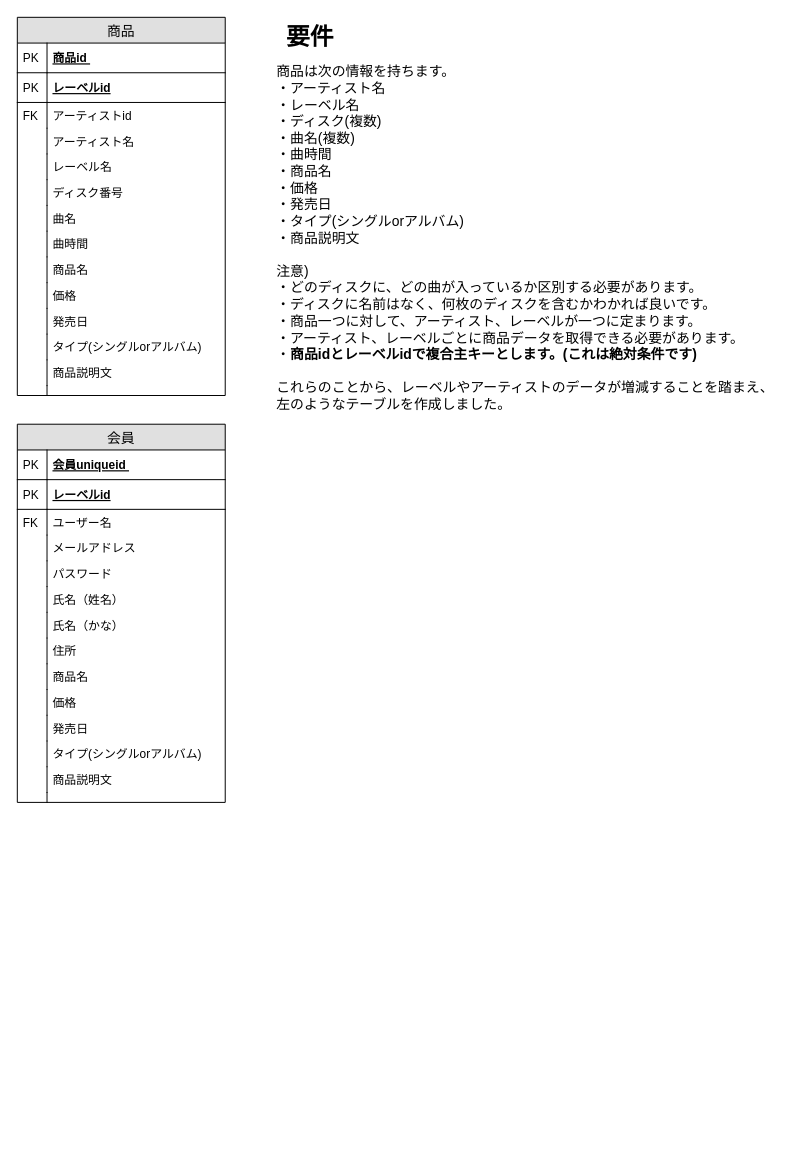
Before: page "データ要件_非正規形" (1 of 4) of ER図.drawio in tibisaki67/ECsite, a draw.io diagram. Source tidied: cells renumbered, new cells numbered last; positions are measured from the earlier drawing's top-left corner, leaving out a move shared by most shapes. Both pictures are drawn from the tidied source at 99%, with x=0, y=0 at pixel (17, 17).
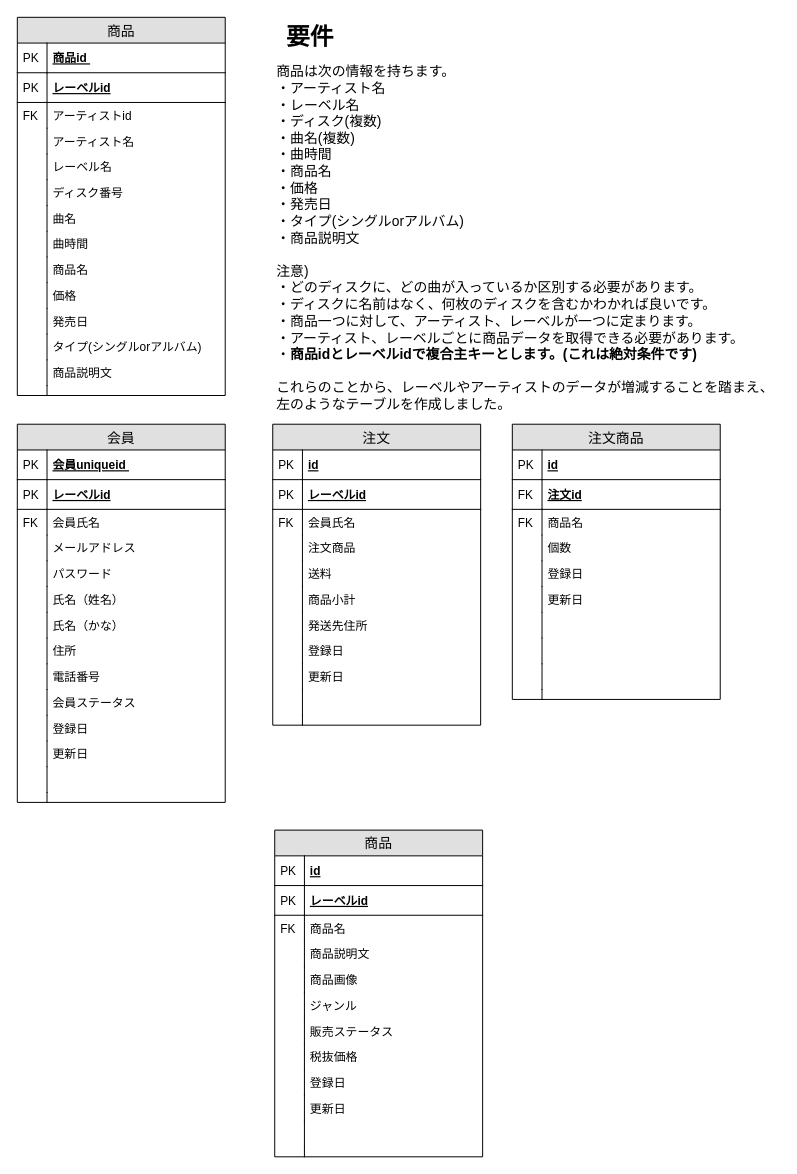
Above is the later version.

Unchanged cells that the change refers to:
```xml
<mxCell id="34" value="会員" style="swimlane;fontStyle=0;horizontal=1;startSize=26;fillColor=#e0e0e0;swimlaneFillColor=#ffffff;align=center;fontSize=14;" parent="1" vertex="1">
  <mxGeometry y="411" width="210" height="382" as="geometry" />
</mxCell>
```

What changed in the source:
```diff
@@
-    <mxCell id="39" value="ユーザー名" style="shape=partialRectangle;top=0;left=0;right=0;bottom=0;align=left;verticalAlign=top;fillColor=none;spacingLeft=34;spacingRight=4;overflow=hidden;fontSize=12;" parent="34" vertex="1">
+    <mxCell id="39" value="会員氏名" style="shape=partialRectangle;top=0;left=0;right=0;bottom=0;align=left;verticalAlign=top;fillColor=none;spacingLeft=34;spacingRight=4;overflow=hidden;fontSize=12;" parent="34" vertex="1">
       <mxGeometry y="86" width="210" height="26" as="geometry" />
     </mxCell>
@@
-    <mxCell id="51" value="商品名" style="shape=partialRectangle;top=0;left=0;right=0;bottom=0;align=left;verticalAlign=top;fillColor=none;spacingLeft=34;spacingRight=4;overflow=hidden;fontSize=12;" parent="34" vertex="1">
+    <mxCell id="51" value="電話番号" style="shape=partialRectangle;top=0;left=0;right=0;bottom=0;align=left;verticalAlign=top;fillColor=none;spacingLeft=34;spacingRight=4;overflow=hidden;fontSize=12;" parent="34" vertex="1">
       <mxGeometry y="242" width="210" height="26" as="geometry" />
     </mxCell>
@@
+    <mxCell id="59" value="会員ステータス" style="shape=partialRectangle;top=0;left=0;right=0;bottom=0;align=left;verticalAlign=top;fillColor=none;spacingLeft=34;spacingRight=4;overflow=hidden;fontSize=12;" parent="34" vertex="1">
+      <mxGeometry y="268" width="210" height="26" as="geometry" />
+    </mxCell>
+    <mxCell id="60" style="shape=partialRectangle;top=0;left=0;bottom=0;fillColor=none;align=left;verticalAlign=top;spacingLeft=4;spacingRight=4;overflow=hidden;fontSize=12;" parent="59" vertex="1">
+      <mxGeometry width="30" height="26" as="geometry" />
+    </mxCell>
-    <mxCell id="53" value="価格" style="shape=partialRectangle;top=0;left=0;right=0;bottom=0;align=left;verticalAlign=top;fillColor=none;spacingLeft=34;spacingRight=4;overflow=hidden;fontSize=12;" parent="34" vertex="1">
-      <mxGeometry y="268" width="210" height="26" as="geometry" />
+    <mxCell id="53" value="登録日" style="shape=partialRectangle;top=0;left=0;right=0;bottom=0;align=left;verticalAlign=top;fillColor=none;spacingLeft=34;spacingRight=4;overflow=hidden;fontSize=12;" parent="34" vertex="1">
+      <mxGeometry y="294" width="210" height="26" as="geometry" />
     </mxCell>
@@
-    <mxCell id="55" value="発売日" style="shape=partialRectangle;top=0;left=0;right=0;bottom=0;align=left;verticalAlign=top;fillColor=none;spacingLeft=34;spacingRight=4;overflow=hidden;fontSize=12;" parent="34" vertex="1">
-      <mxGeometry y="294" width="210" height="26" as="geometry" />
+    <mxCell id="55" value="更新日" style="shape=partialRectangle;top=0;left=0;right=0;bottom=0;align=left;verticalAlign=top;fillColor=none;spacingLeft=34;spacingRight=4;overflow=hidden;fontSize=12;" parent="34" vertex="1">
+      <mxGeometry y="320" width="210" height="26" as="geometry" />
     </mxCell>
@@
-    <mxCell id="57" value="タイプ(シングルorアルバム)" style="shape=partialRectangle;top=0;left=0;right=0;bottom=0;align=left;verticalAlign=top;fillColor=none;spacingLeft=34;spacingRight=4;overflow=hidden;fontSize=12;" parent="34" vertex="1">
-      <mxGeometry y="320" width="210" height="26" as="geometry" />
+    <mxCell id="57" style="shape=partialRectangle;top=0;left=0;right=0;bottom=0;align=left;verticalAlign=top;fillColor=none;spacingLeft=34;spacingRight=4;overflow=hidden;fontSize=12;" parent="34" vertex="1">
+      <mxGeometry y="346" width="210" height="26" as="geometry" />
     </mxCell>
@@
-    <mxCell id="59" value="商品説明文" style="shape=partialRectangle;top=0;left=0;right=0;bottom=0;align=left;verticalAlign=top;fillColor=none;spacingLeft=34;spacingRight=4;overflow=hidden;fontSize=12;" parent="34" vertex="1">
-      <mxGeometry y="346" width="210" height="26" as="geometry" />
-    </mxCell>
-    <mxCell id="60" style="shape=partialRectangle;top=0;left=0;bottom=0;fillColor=none;align=left;verticalAlign=top;spacingLeft=4;spacingRight=4;overflow=hidden;fontSize=12;" parent="59" vertex="1">
-      <mxGeometry width="30" height="26" as="geometry" />
-    </mxCell>
@@
+    <mxCell id="63" value="注文" style="swimlane;fontStyle=0;horizontal=1;startSize=26;fillColor=#e0e0e0;swimlaneFillColor=#ffffff;align=center;fontSize=14;" parent="1" vertex="1">
+      <mxGeometry x="258" y="411" width="210" height="304" as="geometry" />
+    </mxCell>
+    <mxCell id="64" value="id" style="shape=partialRectangle;top=0;left=0;right=0;bottom=1;align=left;verticalAlign=middle;fillColor=none;spacingLeft=34;spacingRight=4;overflow=hidden;fontStyle=5;fontSize=12;" parent="63" vertex="1">
+      <mxGeometry y="26" width="210" height="30" as="geometry" />
+    </mxCell>
+    <mxCell id="65" value="PK" style="shape=partialRectangle;top=0;left=0;bottom=0;fillColor=none;align=left;verticalAlign=middle;spacingLeft=4;spacingRight=4;overflow=hidden;fontSize=12;" parent="64" vertex="1">
+      <mxGeometry width="30" height="30" as="geometry" />
+    </mxCell>
+    <mxCell id="66" value="レーベルid" style="shape=partialRectangle;top=0;left=0;right=0;bottom=1;align=left;verticalAlign=middle;fillColor=none;spacingLeft=34;spacingRight=4;overflow=hidden;fontStyle=5;fontSize=12;" parent="63" vertex="1">
+      <mxGeometry y="56" width="210" height="30" as="geometry" />
+    </mxCell>
+    <mxCell id="67" value="PK" style="shape=partialRectangle;top=0;left=0;bottom=0;fillColor=none;align=left;verticalAlign=middle;spacingLeft=4;spacingRight=4;overflow=hidden;fontSize=12;" parent="66" vertex="1">
+      <mxGeometry width="30" height="30" as="geometry" />
+    </mxCell>
+    <mxCell id="68" value="会員氏名" style="shape=partialRectangle;top=0;left=0;right=0;bottom=0;align=left;verticalAlign=top;fillColor=none;spacingLeft=34;spacingRight=4;overflow=hidden;fontSize=12;" parent="63" vertex="1">
+      <mxGeometry y="86" width="210" height="26" as="geometry" />
+    </mxCell>
+    <mxCell id="69" value="FK" style="shape=partialRectangle;top=0;left=0;bottom=0;fillColor=none;align=left;verticalAlign=top;spacingLeft=4;spacingRight=4;overflow=hidden;fontSize=12;" parent="68" vertex="1">
+      <mxGeometry width="30" height="26" as="geometry" />
+    </mxCell>
+    <mxCell id="70" value="注文商品" style="shape=partialRectangle;top=0;left=0;right=0;bottom=0;align=left;verticalAlign=top;fillColor=none;spacingLeft=34;spacingRight=4;overflow=hidden;fontSize=12;" parent="63" vertex="1">
+      <mxGeometry y="112" width="210" height="26" as="geometry" />
+    </mxCell>
+    <mxCell id="71" style="shape=partialRectangle;top=0;left=0;bottom=0;fillColor=none;align=left;verticalAlign=top;spacingLeft=4;spacingRight=4;overflow=hidden;fontSize=12;" parent="70" vertex="1">
+      <mxGeometry width="30" height="26" as="geometry" />
+    </mxCell>
+    <mxCell id="72" value="送料" style="shape=partialRectangle;top=0;left=0;right=0;bottom=0;align=left;verticalAlign=top;fillColor=none;spacingLeft=34;spacingRight=4;overflow=hidden;fontSize=12;" parent="63" vertex="1">
+      <mxGeometry y="138" width="210" height="26" as="geometry" />
+    </mxCell>
+    <mxCell id="73" style="shape=partialRectangle;top=0;left=0;bottom=0;fillColor=none;align=left;verticalAlign=top;spacingLeft=4;spacingRight=4;overflow=hidden;fontSize=12;" parent="72" vertex="1">
+      <mxGeometry width="30" height="26" as="geometry" />
+    </mxCell>
+    <mxCell id="74" value="商品小計" style="shape=partialRectangle;top=0;left=0;right=0;bottom=0;align=left;verticalAlign=top;fillColor=none;spacingLeft=34;spacingRight=4;overflow=hidden;fontSize=12;" parent="63" vertex="1">
+      <mxGeometry y="164" width="210" height="26" as="geometry" />
+    </mxCell>
+    <mxCell id="75" style="shape=partialRectangle;top=0;left=0;bottom=0;fillColor=none;align=left;verticalAlign=top;spacingLeft=4;spacingRight=4;overflow=hidden;fontSize=12;" parent="74" vertex="1">
+      <mxGeometry width="30" height="26" as="geometry" />
+    </mxCell>
+    <mxCell id="76" value="発送先住所" style="shape=partialRectangle;top=0;left=0;right=0;bottom=0;align=left;verticalAlign=top;fillColor=none;spacingLeft=34;spacingRight=4;overflow=hidden;fontSize=12;" parent="63" vertex="1">
+      <mxGeometry y="190" width="210" height="26" as="geometry" />
+    </mxCell>
+    <mxCell id="77" style="shape=partialRectangle;top=0;left=0;bottom=0;fillColor=none;align=left;verticalAlign=top;spacingLeft=4;spacingRight=4;overflow=hidden;fontSize=12;" parent="76" vertex="1">
+      <mxGeometry width="30" height="26" as="geometry" />
+    </mxCell>
+    <mxCell id="78" value="登録日" style="shape=partialRectangle;top=0;left=0;right=0;bottom=0;align=left;verticalAlign=top;fillColor=none;spacingLeft=34;spacingRight=4;overflow=hidden;fontSize=12;" parent="63" vertex="1">
+      <mxGeometry y="216" width="210" height="26" as="geometry" />
+    </mxCell>
+    <mxCell id="79" style="shape=partialRectangle;top=0;left=0;bottom=0;fillColor=none;align=left;verticalAlign=top;spacingLeft=4;spacingRight=4;overflow=hidden;fontSize=12;" parent="78" vertex="1">
+      <mxGeometry width="30" height="26" as="geometry" />
+    </mxCell>
+    <mxCell id="80" value="更新日" style="shape=partialRectangle;top=0;left=0;right=0;bottom=0;align=left;verticalAlign=top;fillColor=none;spacingLeft=34;spacingRight=4;overflow=hidden;fontSize=12;" parent="63" vertex="1">
+      <mxGeometry y="242" width="210" height="26" as="geometry" />
+    </mxCell>
+    <mxCell id="81" style="shape=partialRectangle;top=0;left=0;bottom=0;fillColor=none;align=left;verticalAlign=top;spacingLeft=4;spacingRight=4;overflow=hidden;fontSize=12;" parent="80" vertex="1">
+      <mxGeometry width="30" height="26" as="geometry" />
+    </mxCell>
+    <mxCell id="82" style="shape=partialRectangle;top=0;left=0;right=0;bottom=0;align=left;verticalAlign=top;fillColor=none;spacingLeft=34;spacingRight=4;overflow=hidden;fontSize=12;" parent="63" vertex="1">
+      <mxGeometry y="268" width="210" height="26" as="geometry" />
+    </mxCell>
+    <mxCell id="83" style="shape=partialRectangle;top=0;left=0;bottom=0;fillColor=none;align=left;verticalAlign=top;spacingLeft=4;spacingRight=4;overflow=hidden;fontSize=12;" parent="82" vertex="1">
+      <mxGeometry width="30" height="26" as="geometry" />
+    </mxCell>
+    <mxCell id="84" style="shape=partialRectangle;top=0;left=0;right=0;bottom=0;align=left;verticalAlign=top;fillColor=none;spacingLeft=34;spacingRight=4;overflow=hidden;fontSize=12;" parent="63" vertex="1">
+      <mxGeometry y="294" width="210" height="10" as="geometry" />
+    </mxCell>
+    <mxCell id="85" style="shape=partialRectangle;top=0;left=0;bottom=0;fillColor=none;align=left;verticalAlign=top;spacingLeft=4;spacingRight=4;overflow=hidden;fontSize=12;" parent="84" vertex="1">
+      <mxGeometry width="30" height="10" as="geometry" />
+    </mxCell>
+    <mxCell id="86" value="注文商品" style="swimlane;fontStyle=0;horizontal=1;startSize=26;fillColor=#e0e0e0;swimlaneFillColor=#ffffff;align=center;fontSize=14;" parent="1" vertex="1">
+      <mxGeometry x="500" y="411" width="210" height="278" as="geometry" />
+    </mxCell>
+    <mxCell id="87" value="id" style="shape=partialRectangle;top=0;left=0;right=0;bottom=1;align=left;verticalAlign=middle;fillColor=none;spacingLeft=34;spacingRight=4;overflow=hidden;fontStyle=5;fontSize=12;" parent="86" vertex="1">
+      <mxGeometry y="26" width="210" height="30" as="geometry" />
+    </mxCell>
+    <mxCell id="88" value="PK" style="shape=partialRectangle;top=0;left=0;bottom=0;fillColor=none;align=left;verticalAlign=middle;spacingLeft=4;spacingRight=4;overflow=hidden;fontSize=12;" parent="87" vertex="1">
+      <mxGeometry width="30" height="30" as="geometry" />
+    </mxCell>
+    <mxCell id="89" value="注文id" style="shape=partialRectangle;top=0;left=0;right=0;bottom=1;align=left;verticalAlign=middle;fillColor=none;spacingLeft=34;spacingRight=4;overflow=hidden;fontStyle=5;fontSize=12;" parent="86" vertex="1">
+      <mxGeometry y="56" width="210" height="30" as="geometry" />
+    </mxCell>
+    <mxCell id="90" value="FK" style="shape=partialRectangle;top=0;left=0;bottom=0;fillColor=none;align=left;verticalAlign=middle;spacingLeft=4;spacingRight=4;overflow=hidden;fontSize=12;" parent="89" vertex="1">
+      <mxGeometry width="30" height="30" as="geometry" />
+    </mxCell>
+    <mxCell id="91" value="商品名" style="shape=partialRectangle;top=0;left=0;right=0;bottom=0;align=left;verticalAlign=top;fillColor=none;spacingLeft=34;spacingRight=4;overflow=hidden;fontSize=12;" parent="86" vertex="1">
+      <mxGeometry y="86" width="210" height="26" as="geometry" />
+    </mxCell>
+    <mxCell id="92" value="FK" style="shape=partialRectangle;top=0;left=0;bottom=0;fillColor=none;align=left;verticalAlign=top;spacingLeft=4;spacingRight=4;overflow=hidden;fontSize=12;" parent="91" vertex="1">
+      <mxGeometry width="30" height="26" as="geometry" />
+    </mxCell>
+    <mxCell id="93" value="個数" style="shape=partialRectangle;top=0;left=0;right=0;bottom=0;align=left;verticalAlign=top;fillColor=none;spacingLeft=34;spacingRight=4;overflow=hidden;fontSize=12;" parent="86" vertex="1">
+      <mxGeometry y="112" width="210" height="26" as="geometry" />
+    </mxCell>
+    <mxCell id="94" style="shape=partialRectangle;top=0;left=0;bottom=0;fillColor=none;align=left;verticalAlign=top;spacingLeft=4;spacingRight=4;overflow=hidden;fontSize=12;" parent="93" vertex="1">
+      <mxGeometry width="30" height="26" as="geometry" />
+    </mxCell>
+    <mxCell id="95" value="登録日" style="shape=partialRectangle;top=0;left=0;right=0;bottom=0;align=left;verticalAlign=top;fillColor=none;spacingLeft=34;spacingRight=4;overflow=hidden;fontSize=12;" parent="86" vertex="1">
+      <mxGeometry y="138" width="210" height="26" as="geometry" />
+    </mxCell>
+    <mxCell id="96" style="shape=partialRectangle;top=0;left=0;bottom=0;fillColor=none;align=left;verticalAlign=top;spacingLeft=4;spacingRight=4;overflow=hidden;fontSize=12;" parent="95" vertex="1">
+      <mxGeometry width="30" height="26" as="geometry" />
+    </mxCell>
+    <mxCell id="97" value="更新日" style="shape=partialRectangle;top=0;left=0;right=0;bottom=0;align=left;verticalAlign=top;fillColor=none;spacingLeft=34;spacingRight=4;overflow=hidden;fontSize=12;" parent="86" vertex="1">
+      <mxGeometry y="164" width="210" height="26" as="geometry" />
+    </mxCell>
+    <mxCell id="98" style="shape=partialRectangle;top=0;left=0;bottom=0;fillColor=none;align=left;verticalAlign=top;spacingLeft=4;spacingRight=4;overflow=hidden;fontSize=12;" parent="97" vertex="1">
+      <mxGeometry width="30" height="26" as="geometry" />
+    </mxCell>
+    <mxCell id="99" style="shape=partialRectangle;top=0;left=0;right=0;bottom=0;align=left;verticalAlign=top;fillColor=none;spacingLeft=34;spacingRight=4;overflow=hidden;fontSize=12;" parent="86" vertex="1">
+      <mxGeometry y="190" width="210" height="26" as="geometry" />
+    </mxCell>
+    <mxCell id="100" style="shape=partialRectangle;top=0;left=0;bottom=0;fillColor=none;align=left;verticalAlign=top;spacingLeft=4;spacingRight=4;overflow=hidden;fontSize=12;" parent="99" vertex="1">
+      <mxGeometry width="30" height="26" as="geometry" />
+    </mxCell>
+    <mxCell id="101" style="shape=partialRectangle;top=0;left=0;right=0;bottom=0;align=left;verticalAlign=top;fillColor=none;spacingLeft=34;spacingRight=4;overflow=hidden;fontSize=12;" parent="86" vertex="1">
+      <mxGeometry y="216" width="210" height="26" as="geometry" />
+    </mxCell>
+    <mxCell id="102" style="shape=partialRectangle;top=0;left=0;bottom=0;fillColor=none;align=left;verticalAlign=top;spacingLeft=4;spacingRight=4;overflow=hidden;fontSize=12;" parent="101" vertex="1">
+      <mxGeometry width="30" height="26" as="geometry" />
+    </mxCell>
+    <mxCell id="103" style="shape=partialRectangle;top=0;left=0;right=0;bottom=0;align=left;verticalAlign=top;fillColor=none;spacingLeft=34;spacingRight=4;overflow=hidden;fontSize=12;" parent="86" vertex="1">
+      <mxGeometry y="242" width="210" height="26" as="geometry" />
+    </mxCell>
+    <mxCell id="104" style="shape=partialRectangle;top=0;left=0;bottom=0;fillColor=none;align=left;verticalAlign=top;spacingLeft=4;spacingRight=4;overflow=hidden;fontSize=12;" parent="103" vertex="1">
+      <mxGeometry width="30" height="26" as="geometry" />
+    </mxCell>
+    <mxCell id="105" style="shape=partialRectangle;top=0;left=0;right=0;bottom=0;align=left;verticalAlign=top;fillColor=none;spacingLeft=34;spacingRight=4;overflow=hidden;fontSize=12;" parent="86" vertex="1">
+      <mxGeometry y="268" width="210" height="10" as="geometry" />
+    </mxCell>
+    <mxCell id="106" style="shape=partialRectangle;top=0;left=0;bottom=0;fillColor=none;align=left;verticalAlign=top;spacingLeft=4;spacingRight=4;overflow=hidden;fontSize=12;" parent="105" vertex="1">
+      <mxGeometry width="30" height="10" as="geometry" />
+    </mxCell>
+    <mxCell id="107" value="商品" style="swimlane;fontStyle=0;horizontal=1;startSize=26;fillColor=#e0e0e0;swimlaneFillColor=#ffffff;align=center;fontSize=14;" parent="1" vertex="1">
+      <mxGeometry x="260" y="821" width="210" height="330" as="geometry" />
+    </mxCell>
+    <mxCell id="108" value="id" style="shape=partialRectangle;top=0;left=0;right=0;bottom=1;align=left;verticalAlign=middle;fillColor=none;spacingLeft=34;spacingRight=4;overflow=hidden;fontStyle=5;fontSize=12;" parent="107" vertex="1">
+      <mxGeometry y="26" width="210" height="30" as="geometry" />
+    </mxCell>
+    <mxCell id="109" value="PK" style="shape=partialRectangle;top=0;left=0;bottom=0;fillColor=none;align=left;verticalAlign=middle;spacingLeft=4;spacingRight=4;overflow=hidden;fontSize=12;" parent="108" vertex="1">
+      <mxGeometry width="30" height="30" as="geometry" />
+    </mxCell>
+    <mxCell id="110" value="レーベルid" style="shape=partialRectangle;top=0;left=0;right=0;bottom=1;align=left;verticalAlign=middle;fillColor=none;spacingLeft=34;spacingRight=4;overflow=hidden;fontStyle=5;fontSize=12;" parent="107" vertex="1">
+      <mxGeometry y="56" width="210" height="30" as="geometry" />
+    </mxCell>
+    <mxCell id="111" value="PK" style="shape=partialRectangle;top=0;left=0;bottom=0;fillColor=none;align=left;verticalAlign=middle;spacingLeft=4;spacingRight=4;overflow=hidden;fontSize=12;" parent="110" vertex="1">
+      <mxGeometry width="30" height="30" as="geometry" />
+    </mxCell>
+    <mxCell id="112" value="商品名" style="shape=partialRectangle;top=0;left=0;right=0;bottom=0;align=left;verticalAlign=top;fillColor=none;spacingLeft=34;spacingRight=4;overflow=hidden;fontSize=12;" parent="107" vertex="1">
+      <mxGeometry y="86" width="210" height="26" as="geometry" />
+    </mxCell>
+    <mxCell id="113" value="FK" style="shape=partialRectangle;top=0;left=0;bottom=0;fillColor=none;align=left;verticalAlign=top;spacingLeft=4;spacingRight=4;overflow=hidden;fontSize=12;" parent="112" vertex="1">
+      <mxGeometry width="30" height="26" as="geometry" />
+    </mxCell>
+    <mxCell id="114" value="商品説明文" style="shape=partialRectangle;top=0;left=0;right=0;bottom=0;align=left;verticalAlign=top;fillColor=none;spacingLeft=34;spacingRight=4;overflow=hidden;fontSize=12;" parent="107" vertex="1">
+      <mxGeometry y="112" width="210" height="26" as="geometry" />
+    </mxCell>
+    <mxCell id="115" style="shape=partialRectangle;top=0;left=0;bottom=0;fillColor=none;align=left;verticalAlign=top;spacingLeft=4;spacingRight=4;overflow=hidden;fontSize=12;" parent="114" vertex="1">
+      <mxGeometry width="30" height="26" as="geometry" />
+    </mxCell>
+    <mxCell id="116" value="商品画像" style="shape=partialRectangle;top=0;left=0;right=0;bottom=0;align=left;verticalAlign=top;fillColor=none;spacingLeft=34;spacingRight=4;overflow=hidden;fontSize=12;" parent="107" vertex="1">
+      <mxGeometry y="138" width="210" height="26" as="geometry" />
+    </mxCell>
+    <mxCell id="117" style="shape=partialRectangle;top=0;left=0;bottom=0;fillColor=none;align=left;verticalAlign=top;spacingLeft=4;spacingRight=4;overflow=hidden;fontSize=12;" parent="116" vertex="1">
+      <mxGeometry width="30" height="26" as="geometry" />
+    </mxCell>
+    <mxCell id="118" value="ジャンル" style="shape=partialRectangle;top=0;left=0;right=0;bottom=0;align=left;verticalAlign=top;fillColor=none;spacingLeft=34;spacingRight=4;overflow=hidden;fontSize=12;" parent="107" vertex="1">
+      <mxGeometry y="164" width="210" height="26" as="geometry" />
+    </mxCell>
+    <mxCell id="119" style="shape=partialRectangle;top=0;left=0;bottom=0;fillColor=none;align=left;verticalAlign=top;spacingLeft=4;spacingRight=4;overflow=hidden;fontSize=12;" parent="118" vertex="1">
+      <mxGeometry width="30" height="26" as="geometry" />
+    </mxCell>
+    <mxCell id="120" value="販売ステータス" style="shape=partialRectangle;top=0;left=0;right=0;bottom=0;align=left;verticalAlign=top;fillColor=none;spacingLeft=34;spacingRight=4;overflow=hidden;fontSize=12;" parent="107" vertex="1">
+      <mxGeometry y="190" width="210" height="26" as="geometry" />
+    </mxCell>
+    <mxCell id="121" style="shape=partialRectangle;top=0;left=0;bottom=0;fillColor=none;align=left;verticalAlign=top;spacingLeft=4;spacingRight=4;overflow=hidden;fontSize=12;" parent="120" vertex="1">
+      <mxGeometry width="30" height="26" as="geometry" />
+    </mxCell>
+    <mxCell id="122" value="税抜価格" style="shape=partialRectangle;top=0;left=0;right=0;bottom=0;align=left;verticalAlign=top;fillColor=none;spacingLeft=34;spacingRight=4;overflow=hidden;fontSize=12;" parent="107" vertex="1">
+      <mxGeometry y="216" width="210" height="26" as="geometry" />
+    </mxCell>
+    <mxCell id="123" style="shape=partialRectangle;top=0;left=0;bottom=0;fillColor=none;align=left;verticalAlign=top;spacingLeft=4;spacingRight=4;overflow=hidden;fontSize=12;" parent="122" vertex="1">
+      <mxGeometry width="30" height="26" as="geometry" />
+    </mxCell>
+    <mxCell id="124" value="登録日" style="shape=partialRectangle;top=0;left=0;right=0;bottom=0;align=left;verticalAlign=top;fillColor=none;spacingLeft=34;spacingRight=4;overflow=hidden;fontSize=12;" parent="107" vertex="1">
+      <mxGeometry y="242" width="210" height="26" as="geometry" />
+    </mxCell>
+    <mxCell id="125" style="shape=partialRectangle;top=0;left=0;bottom=0;fillColor=none;align=left;verticalAlign=top;spacingLeft=4;spacingRight=4;overflow=hidden;fontSize=12;" parent="124" vertex="1">
+      <mxGeometry width="30" height="26" as="geometry" />
+    </mxCell>
+    <mxCell id="126" value="更新日" style="shape=partialRectangle;top=0;left=0;right=0;bottom=0;align=left;verticalAlign=top;fillColor=none;spacingLeft=34;spacingRight=4;overflow=hidden;fontSize=12;" parent="107" vertex="1">
+      <mxGeometry y="268" width="210" height="26" as="geometry" />
+    </mxCell>
+    <mxCell id="127" style="shape=partialRectangle;top=0;left=0;bottom=0;fillColor=none;align=left;verticalAlign=top;spacingLeft=4;spacingRight=4;overflow=hidden;fontSize=12;" parent="126" vertex="1">
+      <mxGeometry width="30" height="26" as="geometry" />
+    </mxCell>
+    <mxCell id="128" style="shape=partialRectangle;top=0;left=0;right=0;bottom=0;align=left;verticalAlign=top;fillColor=none;spacingLeft=34;spacingRight=4;overflow=hidden;fontSize=12;" parent="107" vertex="1">
+      <mxGeometry y="294" width="210" height="26" as="geometry" />
+    </mxCell>
+    <mxCell id="129" style="shape=partialRectangle;top=0;left=0;bottom=0;fillColor=none;align=left;verticalAlign=top;spacingLeft=4;spacingRight=4;overflow=hidden;fontSize=12;" parent="128" vertex="1">
+      <mxGeometry width="30" height="26" as="geometry" />
+    </mxCell>
+    <mxCell id="130" style="shape=partialRectangle;top=0;left=0;right=0;bottom=0;align=left;verticalAlign=top;fillColor=none;spacingLeft=34;spacingRight=4;overflow=hidden;fontSize=12;" parent="107" vertex="1">
+      <mxGeometry y="320" width="210" height="10" as="geometry" />
+    </mxCell>
+    <mxCell id="131" style="shape=partialRectangle;top=0;left=0;bottom=0;fillColor=none;align=left;verticalAlign=top;spacingLeft=4;spacingRight=4;overflow=hidden;fontSize=12;" parent="130" vertex="1">
+      <mxGeometry width="30" height="10" as="geometry" />
+    </mxCell>
```
